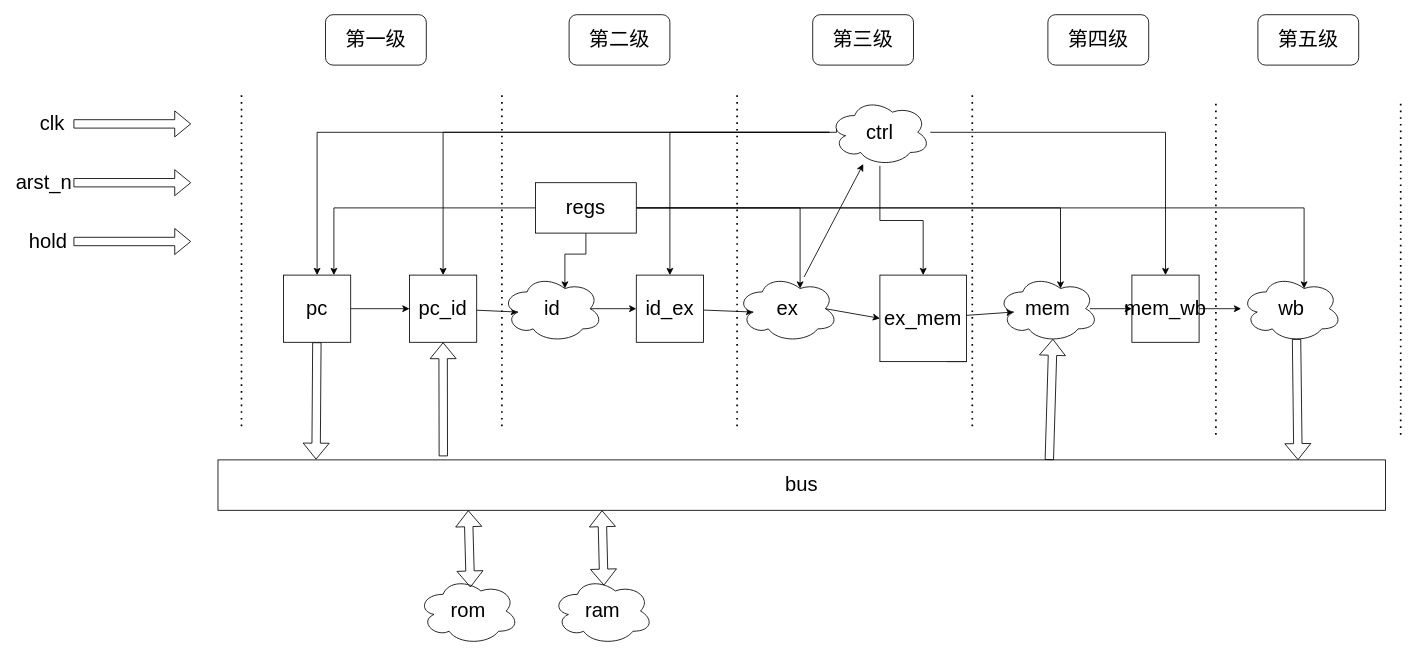
Before: riscv_soc.drawio in Mxcln/RISC_V_PIPE, a draw.io diagram. Source tidied: cells renumbered, new cells numbered last; positions are measured from the earlier drawing's top-left corner, leaving out a move shared by most shapes. Both pictures are drawn from the tidied source at 84%, with x=0, y=0 at pixel (14, 14).
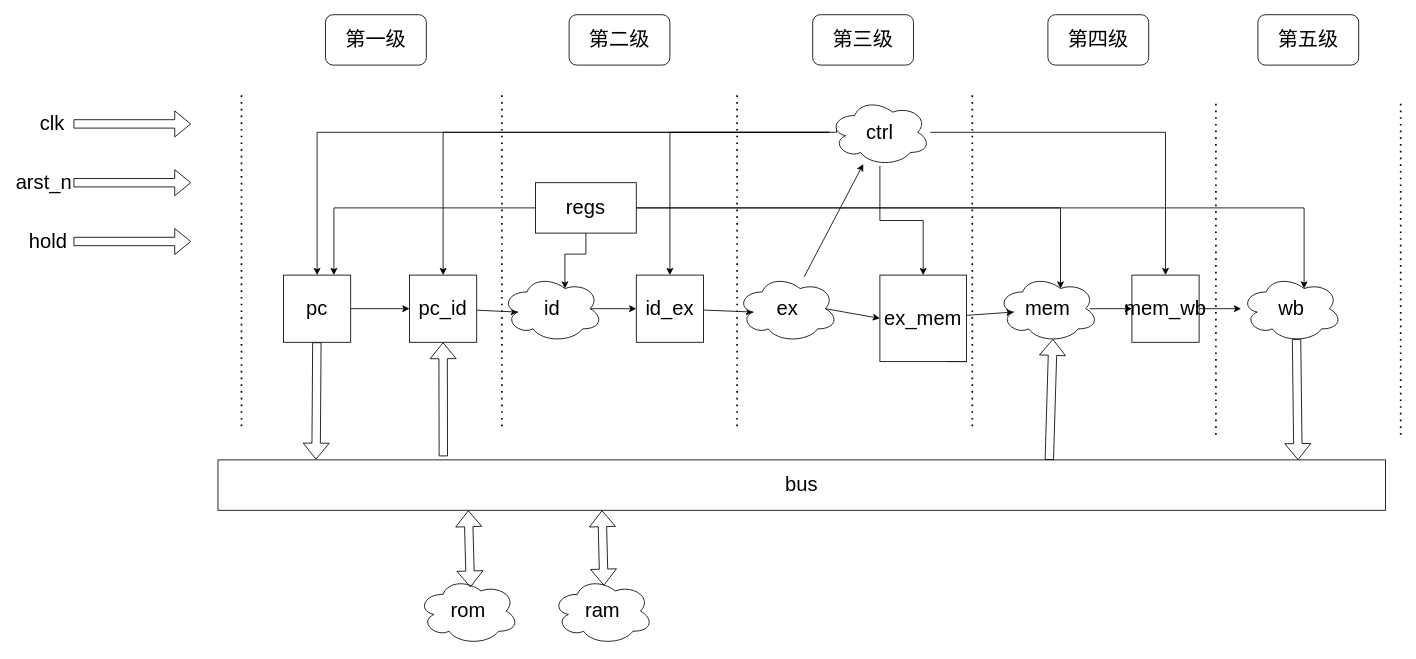
After the change.

Unchanged cells that the change refers to:
```xml
<mxCell id="13" value="ex" style="ellipse;shape=cloud;whiteSpace=wrap;html=1;fontSize=24;" parent="1" vertex="1">
  <mxGeometry x="860" y="310" width="120" height="80" as="geometry" />
</mxCell>
<mxCell id="50" value="regs" style="rounded=0;whiteSpace=wrap;html=1;fontSize=24;" parent="1" vertex="1">
  <mxGeometry x="620" y="200" width="120" height="60" as="geometry" />
</mxCell>
```

Change to the diagram source:
```diff
@@
-    <mxCell id="46" style="edgeStyle=orthogonalEdgeStyle;rounded=0;jettySize=auto;html=1;entryX=0.625;entryY=0.2;entryDx=0;entryDy=0;entryPerimeter=0;fontSize=24;" parent="1" edge="1" source="50" target="13">
-      <mxGeometry relative="1" as="geometry" />
-    </mxCell>
```
